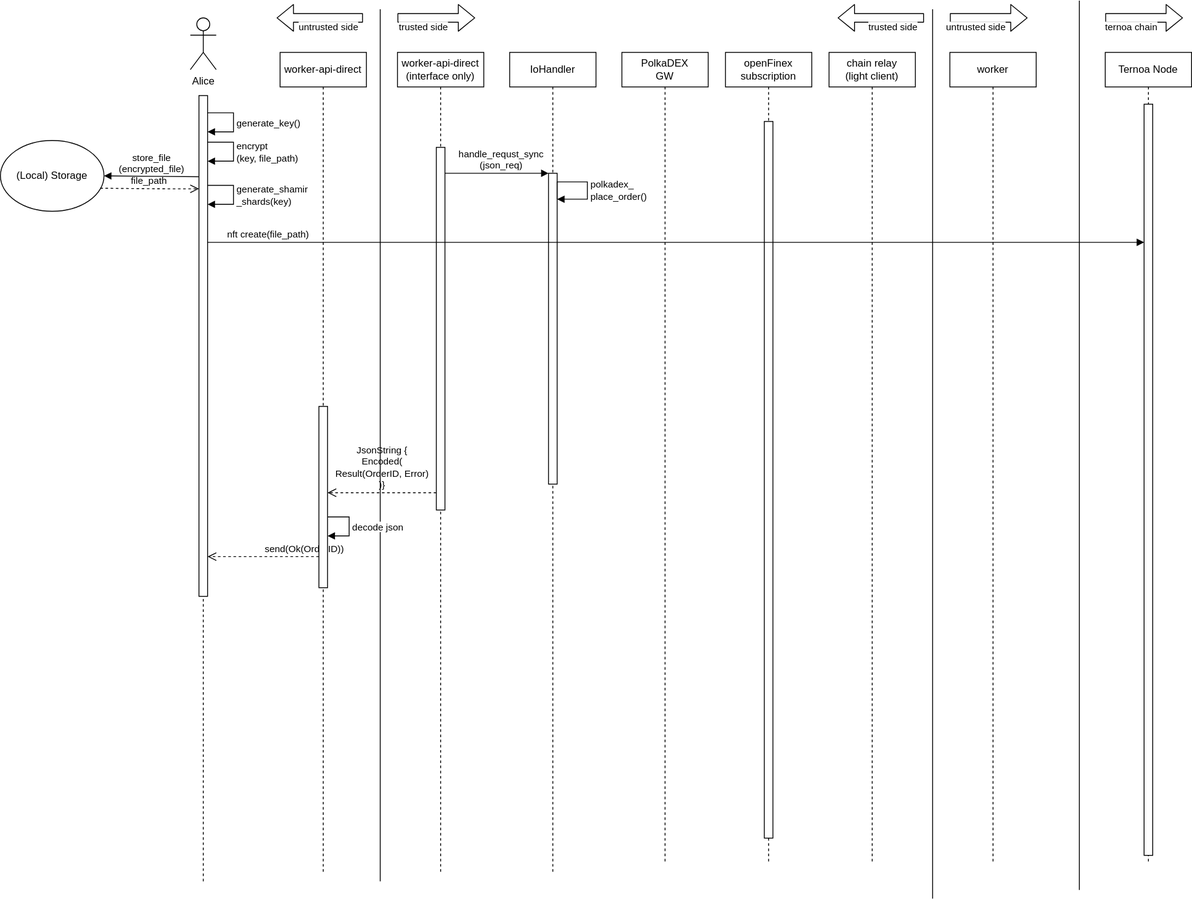
The draw.io diagram capsule_sequence_diagram.svg in haerdib/substraTEE_diagramms, before a commit. Source tidied: cells renumbered, new cells last; positions are measured from the earlier drawing's top-left corner, leaving out a move shared by most shapes.
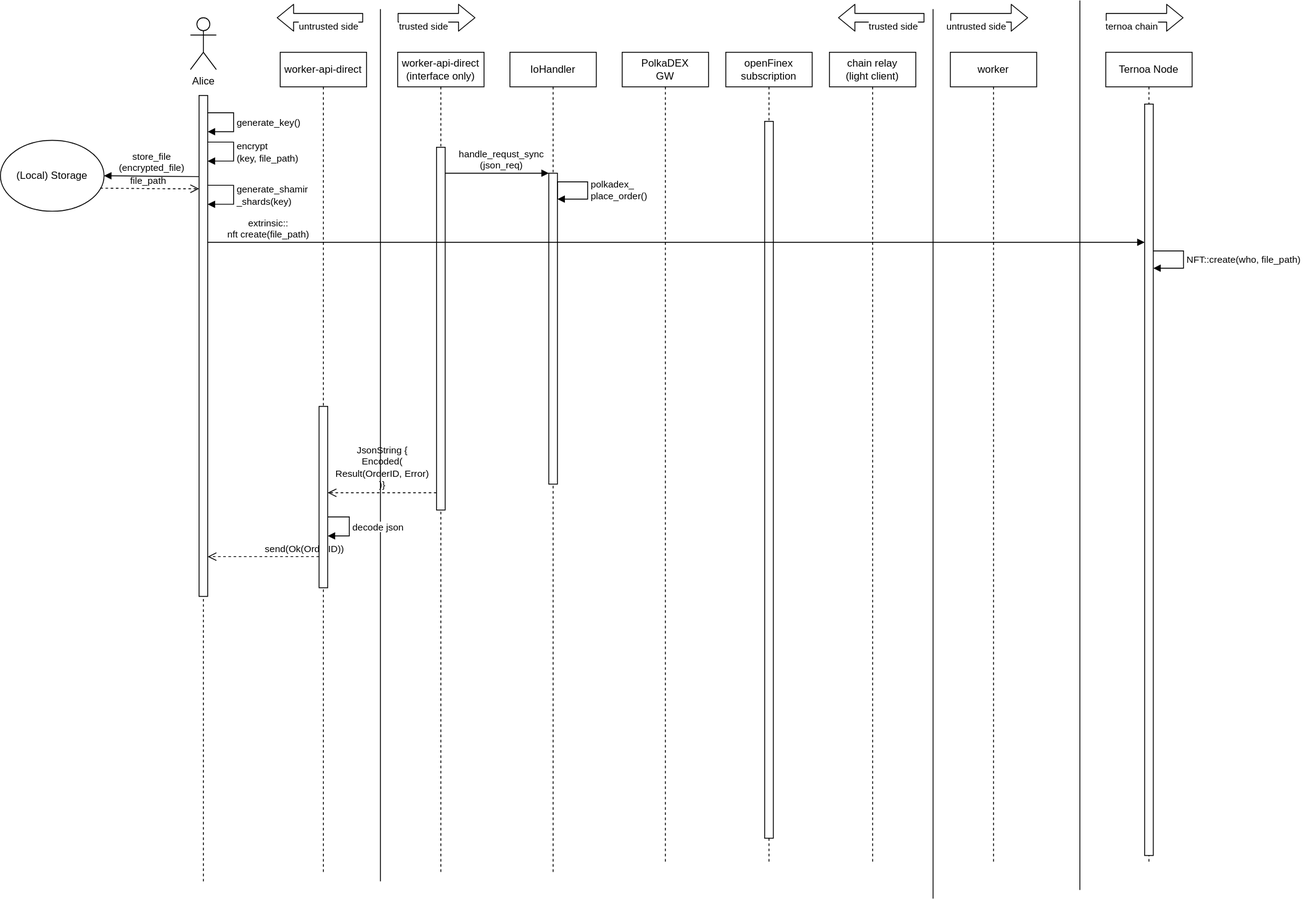
The same file after the commit.

Change to the diagram source:
```diff
@@ -105,6 +105,14 @@
     <mxCell id="24" style="html=1;points=[];perimeter=orthogonalPerimeter;fontColor=#000000;" parent="23" vertex="1">
       <mxGeometry x="45" y="60" width="10" height="870" as="geometry" />
     </mxCell>
+    <mxCell id="44" value="NFT::create(who, file_path)" style="edgeStyle=orthogonalEdgeStyle;html=1;align=left;spacingLeft=2;endArrow=block;rounded=0;" parent="23" edge="1" source="24" target="24">
+      <mxGeometry relative="1" as="geometry">
+        <Array as="points">
+          <mxPoint x="90" y="230" />
+          <mxPoint x="90" y="250" />
+        </Array>
+      </mxGeometry>
+    </mxCell>
     <mxCell id="25" value="JsonString { &lt;br&gt;&lt;div&gt;Encoded(&lt;/div&gt;&lt;div&gt;Result(OrderID, Error)&lt;/div&gt;&lt;div&gt;)}&lt;br&gt;&lt;/div&gt;" style="html=1;verticalAlign=bottom;endArrow=open;dashed=1;endSize=8;labelBackgroundColor=none;strokeColor=#000000;fontColor=#000000;" parent="1" edge="1" target="12">
       <mxGeometry relative="1" as="geometry">
         <mxPoint x="505" y="570" as="sourcePoint" />
@@ -213,7 +221,7 @@
     <mxCell id="42" value="worker" style="shape=umlLifeline;perimeter=lifelinePerimeter;whiteSpace=wrap;html=1;fontColor=#000000;" parent="1" vertex="1">
       <mxGeometry x="1100" y="60" width="100" height="940" as="geometry" />
     </mxCell>
-    <mxCell id="43" value="&lt;div&gt;nft create(file_path)&lt;br&gt;&lt;/div&gt;" style="html=1;verticalAlign=bottom;endArrow=block;" parent="1" edge="1">
+    <mxCell id="43" value="&lt;div&gt;extrinsic::&lt;/div&gt;&lt;div&gt;nft create(file_path)&lt;br&gt;&lt;/div&gt;" style="html=1;verticalAlign=bottom;endArrow=block;" parent="1" edge="1">
       <mxGeometry x="-0.87" relative="1" as="geometry">
         <mxPoint x="240" y="280" as="sourcePoint" />
         <mxPoint x="1325" y="280" as="targetPoint" />
```
